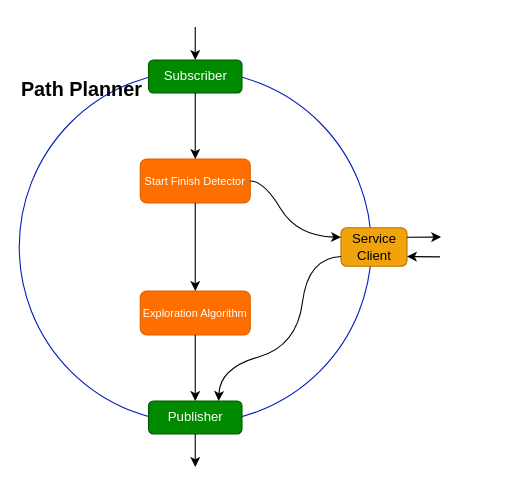
This is ressources/figures/Path_Planning_Path_Planner.drawio from Beomar97/path-planning-docs, a draw.io file, before an edit. Source tidied: cells renumbered, new cells numbered last; positions are measured from the earlier drawing's top-left corner, leaving out a move shared by most shapes. Both pictures are drawn from the tidied source at 110%, with x=0, y=0 at pixel (19, 26).
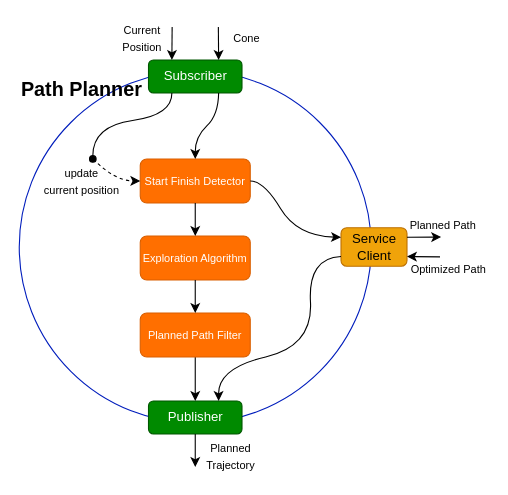
After the change.

The change refers to these unchanged cells:
```xml
<mxCell id="2" value="Path Planner" style="ellipse;whiteSpace=wrap;html=1;fontSize=18;fontStyle=1;fillColor=none;strokeColor=#001DBC;fontColor=#000000;align=left;verticalAlign=top;" parent="1" vertex="1">
  <mxGeometry y="40" width="320" height="320" as="geometry" />
</mxCell>
<mxCell id="3" value="Start Finish Detector" style="rounded=1;whiteSpace=wrap;html=1;sketch=0;fontSize=10;fillColor=#FF6F00;strokeColor=#D95F00;fontColor=#FFFFFF;" parent="1" vertex="1">
  <mxGeometry x="110" y="120" width="100" height="40" as="geometry" />
</mxCell>
<mxCell id="4" value="Subscriber" style="rounded=1;whiteSpace=wrap;html=1;fontSize=12;fillColor=#008a00;strokeColor=#005700;fontColor=#ffffff;fontStyle=0;" parent="1" vertex="1">
  <mxGeometry x="117.5" y="30" width="85" height="30" as="geometry" />
</mxCell>
<mxCell id="6" value="Service&lt;br style=&quot;font-size: 12px;&quot;&gt;Client" style="rounded=1;whiteSpace=wrap;html=1;fontSize=12;verticalAlign=middle;fillColor=#f0a30a;fontColor=#000000;strokeColor=#BD7000;" parent="1" vertex="1">
  <mxGeometry x="292.5" y="182.5" width="60" height="35" as="geometry" />
</mxCell>
<mxCell id="7" value="Publisher" style="rounded=1;whiteSpace=wrap;html=1;fontSize=12;fillColor=#008a00;strokeColor=#005700;fontColor=#ffffff;fontStyle=0;" parent="1" vertex="1">
  <mxGeometry x="117.5" y="340" width="85" height="30" as="geometry" />
</mxCell>
```

What changed in the source:
```diff
@@
     <mxCell id="5" value="Exploration Algorithm" style="rounded=1;whiteSpace=wrap;html=1;sketch=0;fontSize=10;fillColor=#FF6F00;strokeColor=#D95F00;fontColor=#FFFFFF;" parent="1" vertex="1">
-      <mxGeometry x="110" y="240" width="100" height="40" as="geometry" />
+      <mxGeometry x="110" y="190" width="100" height="40" as="geometry" />
     </mxCell>
@@
-    <mxCell id="8" style="endArrow=classic;html=1;rounded=0;fontSize=10;fontColor=#FFFFFF;entryX=0.5;entryY=0;entryDx=0;entryDy=0;exitX=0.5;exitY=1;exitDx=0;exitDy=0;" parent="1" edge="1" source="4" target="3">
-      <mxGeometry relative="1" as="geometry" />
+    <mxCell id="8" style="endArrow=oval;html=1;fontSize=10;fontColor=#FFFFFF;exitX=0.25;exitY=1;exitDx=0;exitDy=0;curved=1;endFill=1;entryX=0.209;entryY=0.25;entryDx=0;entryDy=0;entryPerimeter=0;" parent="1" edge="1" source="4" target="2">
+      <mxGeometry relative="1" as="geometry">
+        <Array as="points">
+          <mxPoint x="139" y="80" />
+          <mxPoint x="67" y="90" />
+        </Array>
+      </mxGeometry>
     </mxCell>
@@
-    <mxCell id="11" style="endArrow=classic;html=1;rounded=0;fontSize=10;fontColor=#FFFFFF;entryX=0.5;entryY=0;entryDx=0;entryDy=0;" parent="1" edge="1" target="4">
+    <mxCell id="11" style="endArrow=classic;html=1;rounded=0;fontSize=10;fontColor=#FFFFFF;entryX=0.25;entryY=0;entryDx=0;entryDy=0;" parent="1" edge="1" target="4">
       <mxGeometry relative="1" as="geometry">
-        <mxPoint x="160" as="sourcePoint" />
+        <mxPoint x="139" as="sourcePoint" />
       </mxGeometry>
     </mxCell>
@@
     <mxCell id="15" style="endArrow=classic;html=1;fontSize=10;fontColor=#FFFFFF;curved=1;entryX=0.75;entryY=0;entryDx=0;entryDy=0;exitX=0;exitY=0.75;exitDx=0;exitDy=0;" parent="1" edge="1" source="6" target="7">
       <mxGeometry relative="1" as="geometry">
         <Array as="points">
           <mxPoint x="262.5" y="210" />
-          <mxPoint x="252.5" y="290" />
-          <mxPoint x="182.5" y="310" />
+          <mxPoint x="267" y="290" />
+          <mxPoint x="181" y="310" />
         </Array>
       </mxGeometry>
     </mxCell>
-    <mxCell id="16" style="endArrow=classic;html=1;fontSize=10;fontColor=#FFFFFF;curved=1;entryX=0.5;entryY=0;entryDx=0;entryDy=0;exitX=0.5;exitY=1;exitDx=0;exitDy=0;" parent="1" edge="1" source="5" target="7">
+    <mxCell id="16" style="endArrow=classic;html=1;fontSize=10;fontColor=#FFFFFF;curved=1;entryX=0.5;entryY=0;entryDx=0;entryDy=0;exitX=0.5;exitY=1;exitDx=0;exitDy=0;" parent="1" edge="1" source="21" target="7">
       <mxGeometry relative="1" as="geometry" />
     </mxCell>
+    <mxCell id="17" style="endArrow=classic;html=1;fontSize=10;fontColor=#FFFFFF;entryX=0.5;entryY=0;entryDx=0;entryDy=0;exitX=0.75;exitY=1;exitDx=0;exitDy=0;curved=1;" parent="1" edge="1" source="4" target="3">
+      <mxGeometry relative="1" as="geometry">
+        <Array as="points">
+          <mxPoint x="181" y="80" />
+          <mxPoint x="160" y="100" />
+        </Array>
+      </mxGeometry>
+    </mxCell>
+    <mxCell id="18" value="&lt;font style=&quot;font-size: 10px;&quot;&gt;update&lt;br&gt;current position&lt;/font&gt;" style="text;html=1;strokeColor=none;fillColor=none;align=center;verticalAlign=middle;whiteSpace=wrap;rounded=0;" parent="1" vertex="1">
+      <mxGeometry x="17" y="125" width="80" height="30" as="geometry" />
+    </mxCell>
+    <mxCell id="19" value="&lt;span style=&quot;font-size: 10px;&quot;&gt;Cone&lt;/span&gt;" style="text;html=1;strokeColor=none;fillColor=none;align=center;verticalAlign=middle;whiteSpace=wrap;rounded=0;" parent="1" vertex="1">
+      <mxGeometry x="192" width="30" height="20" as="geometry" />
+    </mxCell>
+    <mxCell id="20" value="&lt;span style=&quot;font-size: 10px;&quot;&gt;Current Position&lt;/span&gt;" style="text;html=1;strokeColor=none;fillColor=none;align=center;verticalAlign=middle;whiteSpace=wrap;rounded=0;" parent="1" vertex="1">
+      <mxGeometry x="97" width="30" height="20" as="geometry" />
+    </mxCell>
+    <mxCell id="21" value="Planned Path Filter" style="rounded=1;whiteSpace=wrap;html=1;sketch=0;fontSize=10;fillColor=#FF6F00;strokeColor=#D95F00;fontColor=#FFFFFF;" parent="1" vertex="1">
+      <mxGeometry x="110" y="260" width="100" height="40" as="geometry" />
+    </mxCell>
+    <mxCell id="22" style="endArrow=classic;html=1;fontSize=10;fontColor=#FFFFFF;curved=1;entryX=0.5;entryY=0;entryDx=0;entryDy=0;exitX=0.5;exitY=1;exitDx=0;exitDy=0;" parent="1" edge="1" source="5" target="21">
+      <mxGeometry relative="1" as="geometry" />
+    </mxCell>
+    <mxCell id="23" value="&lt;span style=&quot;font-size: 10px;&quot;&gt;Planned Path&lt;/span&gt;" style="text;html=1;strokeColor=none;fillColor=none;align=center;verticalAlign=middle;whiteSpace=wrap;rounded=0;" parent="1" vertex="1">
+      <mxGeometry x="352.5" y="170" width="64.5" height="20" as="geometry" />
+    </mxCell>
+    <mxCell id="24" value="&lt;span style=&quot;font-size: 10px;&quot;&gt;Optimized Path&lt;/span&gt;" style="text;html=1;strokeColor=none;fillColor=none;align=center;verticalAlign=middle;whiteSpace=wrap;rounded=0;" parent="1" vertex="1">
+      <mxGeometry x="352.5" y="210" width="74.5" height="20" as="geometry" />
+    </mxCell>
+    <mxCell id="25" value="&lt;span style=&quot;font-size: 10px;&quot;&gt;Planned Trajectory&lt;/span&gt;" style="text;html=1;strokeColor=none;fillColor=none;align=center;verticalAlign=middle;whiteSpace=wrap;rounded=0;" parent="1" vertex="1">
+      <mxGeometry x="160" y="380" width="64.5" height="20" as="geometry" />
+    </mxCell>
+    <mxCell id="26" style="endArrow=classic;html=1;rounded=0;fontSize=10;fontColor=#FFFFFF;entryX=0.75;entryY=0;entryDx=0;entryDy=0;" parent="1" edge="1" target="4">
+      <mxGeometry relative="1" as="geometry">
+        <mxPoint x="181" as="sourcePoint" />
+      </mxGeometry>
+    </mxCell>
+    <mxCell id="27" style="endArrow=classic;html=1;dashed=1;entryX=0;entryY=0.5;entryDx=0;entryDy=0;curved=1;" parent="1" edge="1" target="3">
+      <mxGeometry relative="1" as="geometry">
+        <mxPoint x="67" y="120" as="sourcePoint" />
+        <Array as="points">
+          <mxPoint x="87" y="140" />
+        </Array>
+      </mxGeometry>
+    </mxCell>
```
